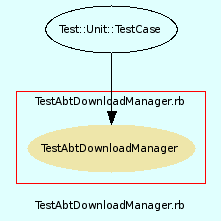
The Graphviz diagram src/trunk/doc/dot/f_10.png in eschabell/abtlinux, before a commit. Its source is kept beside it as src/trunk/doc/dot/f_10.dot.
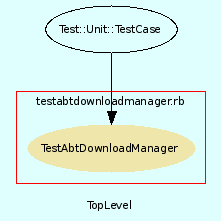
The same file after the commit.

What changed in the source:
```diff
@@ -3,7 +3,7 @@
     bgcolor = lightcyan1
     fontname = Arial
     fontsize = 8
-    label = "TestAbtDownloadManager.rb"
+    label = "TopLevel"
     node [
         fontname = Arial,
         fontsize = 8,
@@ -13,7 +13,7 @@
     subgraph cluster_11 {
         fontname = Arial
         color = red
-        label = "TestAbtDownloadManager.rb"
+        label = "testabtdownloadmanager.rb"
         TestAbtDownloadManager [
             fontcolor = black,
             URL = "classes/TestAbtDownloadManager.html",
```
